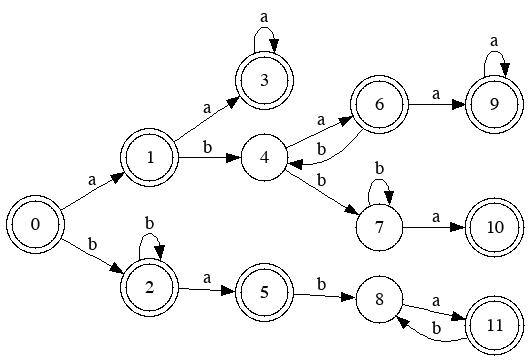
Galileo01/Compilation_principle_compiler keeps this Graphviz diagram as src/views/NFADFA/dfa.gv.png. Above is the earlier version. Its source is kept beside it as src/views/NFADFA/dfa.gv. The source it was exported from:
```dot
digraph "/Users/bytedance/My/编译原理/compiler/src/views/NFADFA/dfa" {
	rankdir=LR
	node [shape=doublecircle]
	0 [label=0]
	node [shape=doublecircle]
	1 [label=1]
	node [shape=doublecircle]
	2 [label=2]
	node [shape=doublecircle]
	3 [label=3]
	node [shape=circle]
	4 [label=4]
	node [shape=doublecircle]
	5 [label=5]
	node [shape=doublecircle]
	6 [label=6]
	node [shape=circle]
	7 [label=7]
	node [shape=circle]
	8 [label=8]
	node [shape=doublecircle]
	9 [label=9]
	node [shape=doublecircle]
	10 [label=10]
	node [shape=doublecircle]
	11 [label=11]
	0 -> 1 [label=a]
	0 -> 2 [label=b]
	1 -> 3 [label=a]
	1 -> 4 [label=b]
	2 -> 5 [label=a]
	2 -> 2 [label=b]
	3 -> 3 [label=a]
	4 -> 6 [label=a]
	4 -> 7 [label=b]
	5 -> 8 [label=b]
	6 -> 9 [label=a]
	6 -> 4 [label=b]
	7 -> 10 [label=a]
	7 -> 7 [label=b]
	8 -> 11 [label=a]
	9 -> 9 [label=a]
	11 -> 8 [label=b]
}
```
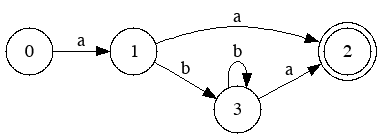
The same file after the commit.

Diff of the diagram source:
```diff
@@ -1,44 +1,16 @@
 digraph "/Users/bytedance/My/编译原理/compiler/src/views/NFADFA/dfa" {
 	rankdir=LR
-	node [shape=doublecircle]
+	node [shape=circle]
 	0 [label=0]
-	node [shape=doublecircle]
+	node [shape=circle]
 	1 [label=1]
 	node [shape=doublecircle]
 	2 [label=2]
-	node [shape=doublecircle]
+	node [shape=circle]
 	3 [label=3]
-	node [shape=circle]
-	4 [label=4]
-	node [shape=doublecircle]
-	5 [label=5]
-	node [shape=doublecircle]
-	6 [label=6]
-	node [shape=circle]
-	7 [label=7]
-	node [shape=circle]
-	8 [label=8]
-	node [shape=doublecircle]
-	9 [label=9]
-	node [shape=doublecircle]
-	10 [label=10]
-	node [shape=doublecircle]
-	11 [label=11]
 	0 -> 1 [label=a]
-	0 -> 2 [label=b]
-	1 -> 3 [label=a]
-	1 -> 4 [label=b]
-	2 -> 5 [label=a]
-	2 -> 2 [label=b]
-	3 -> 3 [label=a]
-	4 -> 6 [label=a]
-	4 -> 7 [label=b]
-	5 -> 8 [label=b]
-	6 -> 9 [label=a]
-	6 -> 4 [label=b]
-	7 -> 10 [label=a]
-	7 -> 7 [label=b]
-	8 -> 11 [label=a]
-	9 -> 9 [label=a]
-	11 -> 8 [label=b]
+	1 -> 2 [label=a]
+	1 -> 3 [label=b]
+	3 -> 2 [label=a]
+	3 -> 3 [label=b]
 }
```
